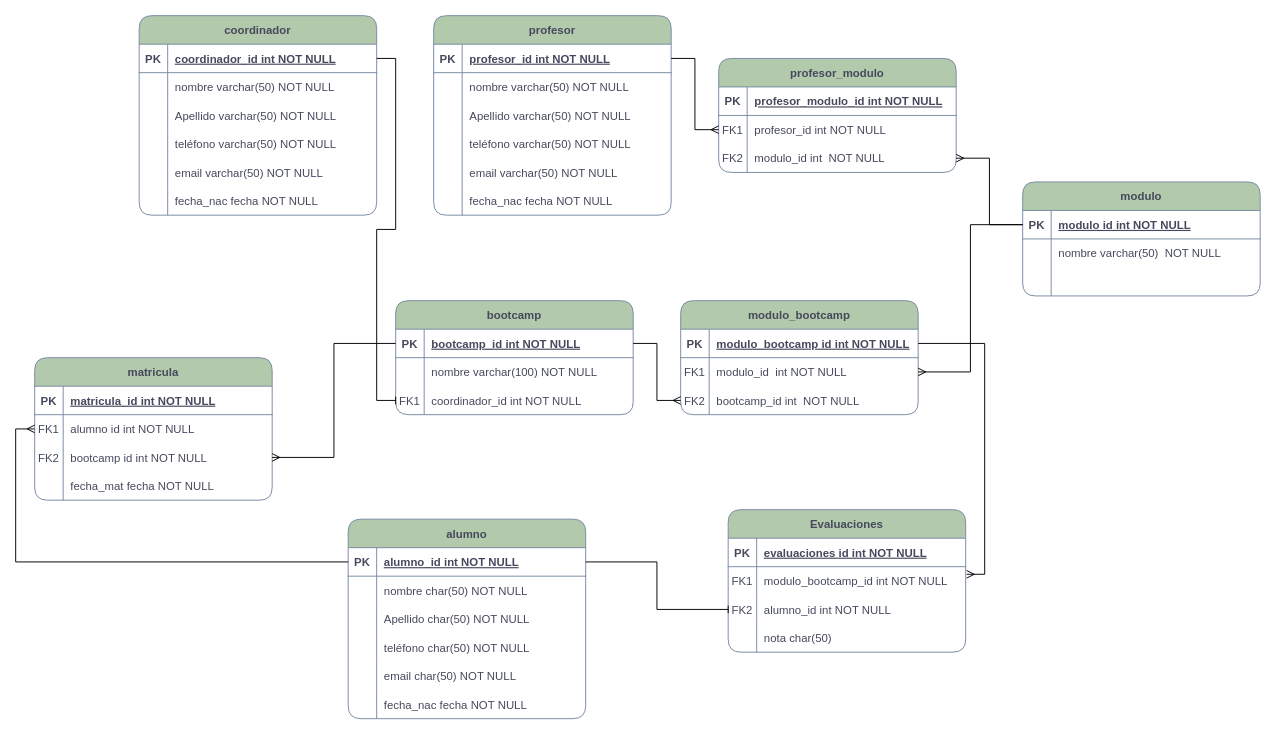
Earlier version of the draw.io diagram diagrama_keepcoding.drawio (Pablo-Sapiens/SQL-DW-keepcoding-). Source tidied: cells renumbered, new cells numbered last; positions are measured from the earlier drawing's top-left corner, leaving out a move shared by most shapes. Both pictures are drawn from the tidied source at 95%, with x=0, y=0 at pixel (34, 15).
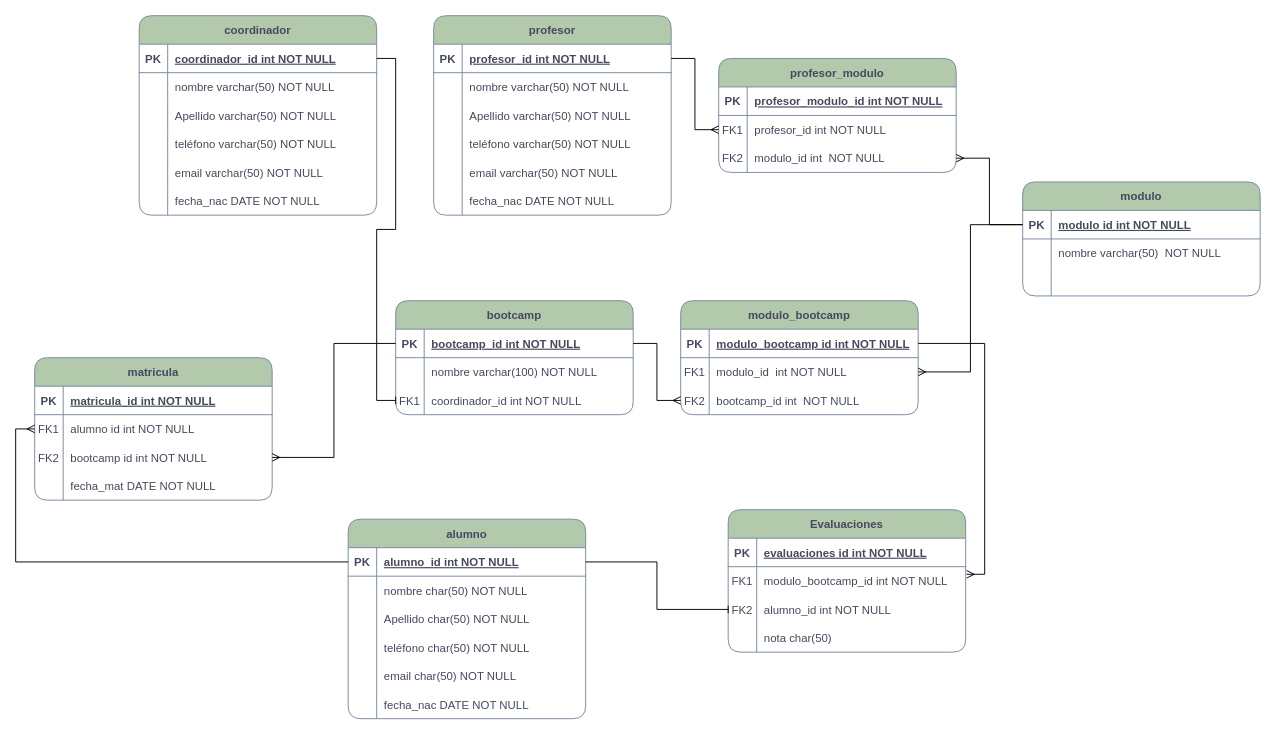
The same page after the edit.

Commit message (it also covers changes not shown here):
actualizo diagramas

Unchanged cells that the change refers to:
```xml
<mxCell id="28" style="shape=partialRectangle;fillColor=none;top=0;left=0;right=0;bottom=0;labelBackgroundColor=none;strokeColor=#788AA3;fontColor=#46495D;rounded=1;" parent="12" vertex="1">
  <mxGeometry y="180" width="250" height="30" as="geometry" />
</mxCell>
<mxCell id="54" style="shape=partialRectangle;fillColor=none;top=0;left=0;right=0;bottom=0;labelBackgroundColor=none;strokeColor=#788AA3;fontColor=#46495D;rounded=1;" parent="44" vertex="1">
  <mxGeometry y="120" width="250" height="30" as="geometry" />
</mxCell>
<mxCell id="73" style="shape=partialRectangle;fillColor=none;top=0;left=0;right=0;bottom=0;labelBackgroundColor=none;strokeColor=#788AA3;fontColor=#46495D;rounded=1;" parent="57" vertex="1">
  <mxGeometry y="180" width="250" height="30" as="geometry" />
</mxCell>
<mxCell id="112" style="shape=partialRectangle;fillColor=none;top=0;left=0;right=0;bottom=0;labelBackgroundColor=none;strokeColor=#788AA3;fontColor=#46495D;rounded=1;" parent="96" vertex="1">
  <mxGeometry y="180" width="250" height="30" as="geometry" />
</mxCell>
```

Diff of the diagram source:
```diff
@@
-    <mxCell id="30" value="fecha_nac fecha NOT NULL" style="shape=partialRectangle;overflow=hidden;fillColor=none;top=0;left=0;bottom=0;right=0;align=left;spacingLeft=6;labelBackgroundColor=none;strokeColor=#788AA3;fontColor=#46495D;rounded=1;" parent="28" vertex="1">
+    <mxCell id="30" value="fecha_nac DATE NOT NULL" style="shape=partialRectangle;overflow=hidden;fillColor=none;top=0;left=0;bottom=0;right=0;align=left;spacingLeft=6;labelBackgroundColor=none;strokeColor=#788AA3;fontColor=#46495D;rounded=1;" parent="28" vertex="1">
       <mxGeometry x="30" width="220" height="30" as="geometry" />
     </mxCell>
@@
-    <mxCell id="56" value="fecha_mat fecha NOT NULL" style="shape=partialRectangle;overflow=hidden;fillColor=none;top=0;left=0;bottom=0;right=0;align=left;spacingLeft=6;labelBackgroundColor=none;strokeColor=#788AA3;fontColor=#46495D;rounded=1;" parent="54" vertex="1">
+    <mxCell id="56" value="fecha_mat DATE NOT NULL" style="shape=partialRectangle;overflow=hidden;fillColor=none;top=0;left=0;bottom=0;right=0;align=left;spacingLeft=6;labelBackgroundColor=none;strokeColor=#788AA3;fontColor=#46495D;rounded=1;" parent="54" vertex="1">
       <mxGeometry x="30" width="220" height="30" as="geometry" />
     </mxCell>
@@
-    <mxCell id="75" value="fecha_nac fecha NOT NULL" style="shape=partialRectangle;overflow=hidden;fillColor=none;top=0;left=0;bottom=0;right=0;align=left;spacingLeft=6;labelBackgroundColor=none;strokeColor=#788AA3;fontColor=#46495D;rounded=1;" parent="73" vertex="1">
+    <mxCell id="75" value="fecha_nac DATE NOT NULL" style="shape=partialRectangle;overflow=hidden;fillColor=none;top=0;left=0;bottom=0;right=0;align=left;spacingLeft=6;labelBackgroundColor=none;strokeColor=#788AA3;fontColor=#46495D;rounded=1;" parent="73" vertex="1">
       <mxGeometry x="30" width="220" height="30" as="geometry" />
     </mxCell>
@@
-    <mxCell id="114" value="fecha_nac fecha NOT NULL" style="shape=partialRectangle;overflow=hidden;fillColor=none;top=0;left=0;bottom=0;right=0;align=left;spacingLeft=6;labelBackgroundColor=none;strokeColor=#788AA3;fontColor=#46495D;rounded=1;" parent="112" vertex="1">
+    <mxCell id="114" value="fecha_nac DATE NOT NULL" style="shape=partialRectangle;overflow=hidden;fillColor=none;top=0;left=0;bottom=0;right=0;align=left;spacingLeft=6;labelBackgroundColor=none;strokeColor=#788AA3;fontColor=#46495D;rounded=1;" parent="112" vertex="1">
       <mxGeometry x="30" width="220" height="30" as="geometry" />
     </mxCell>
```
